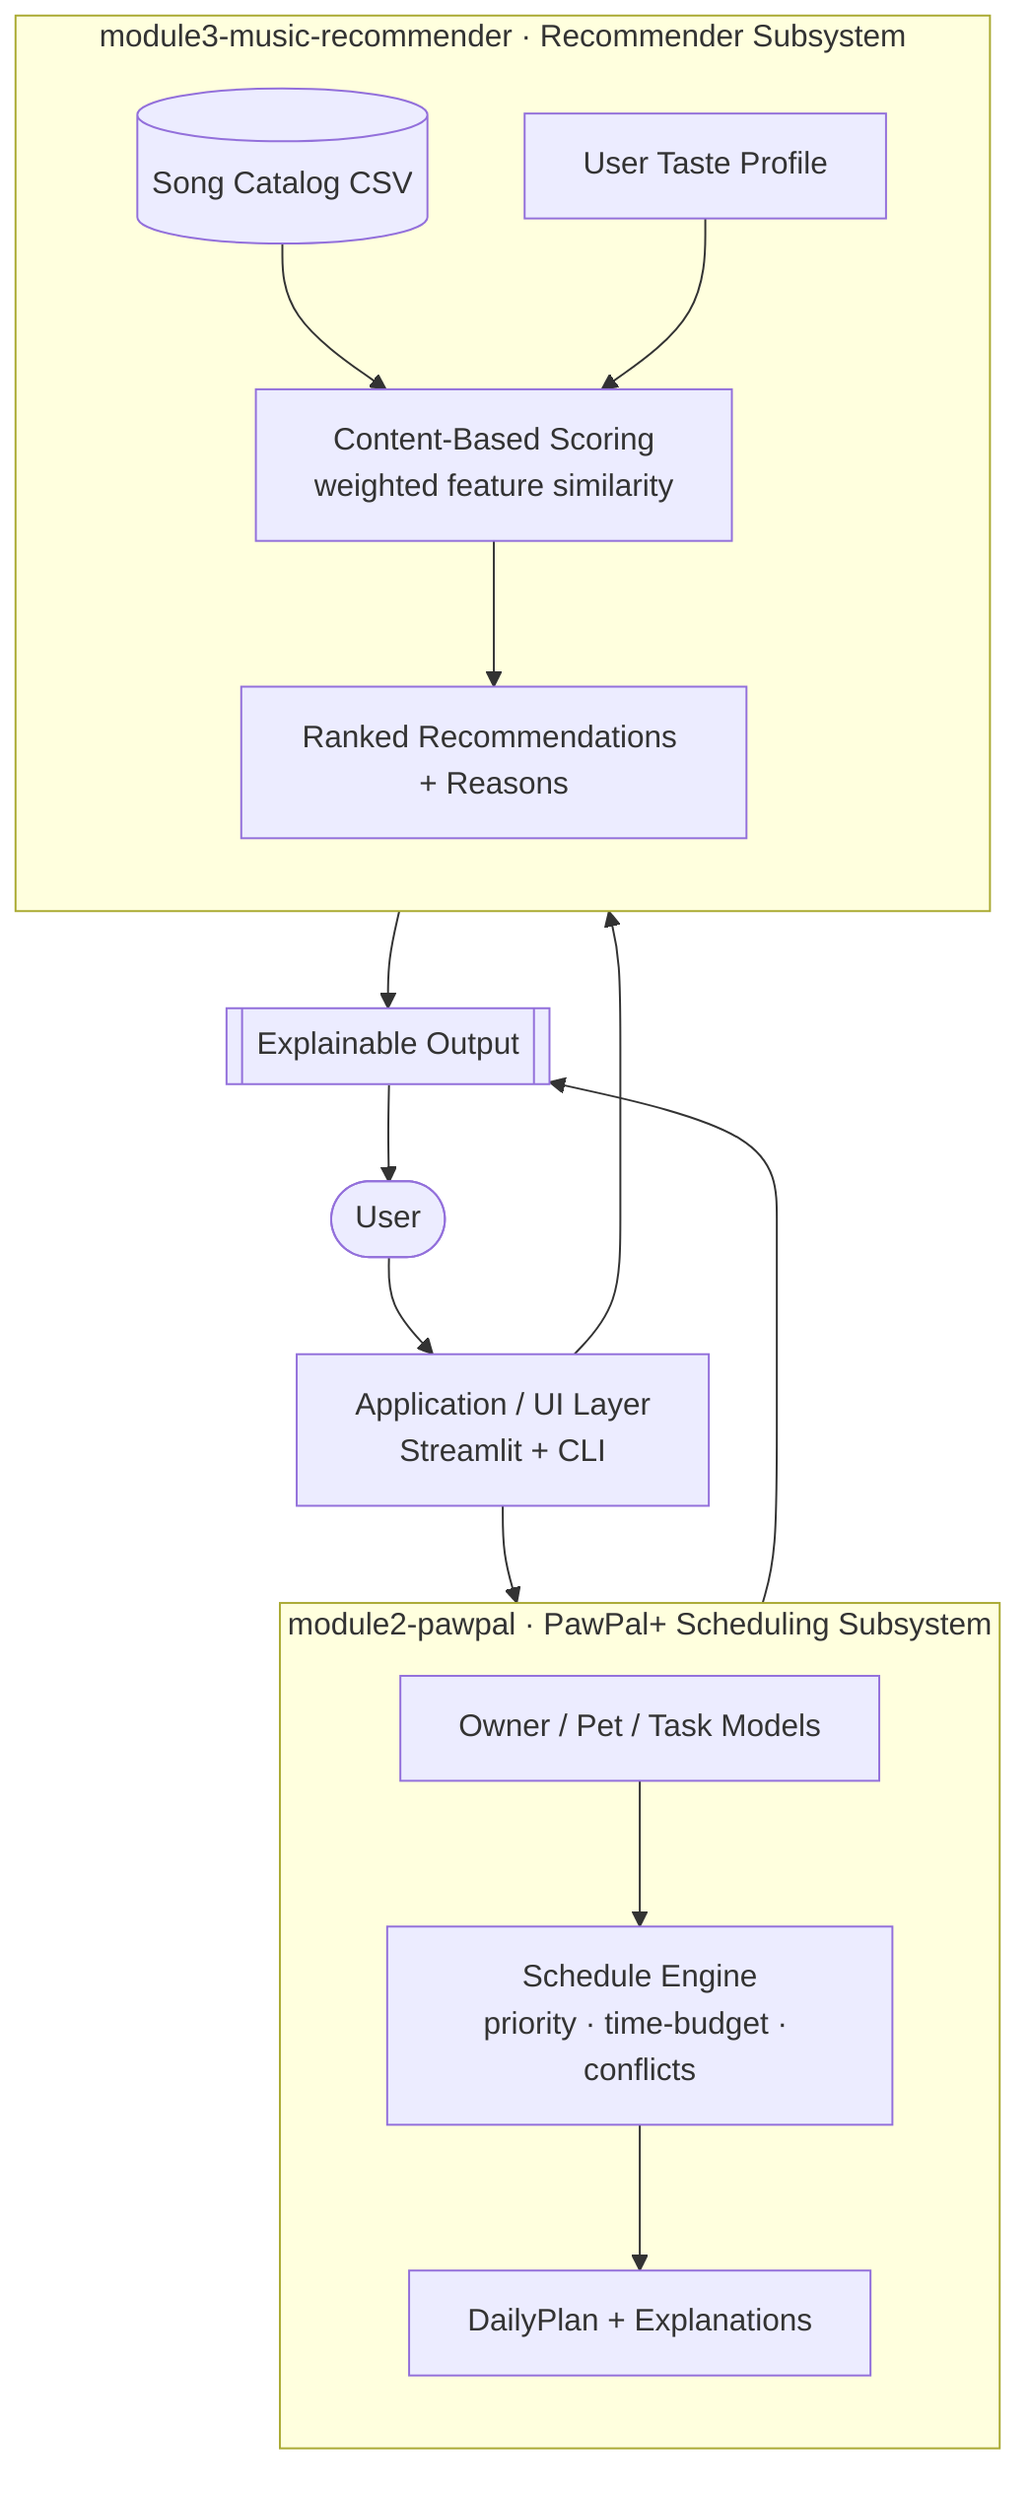
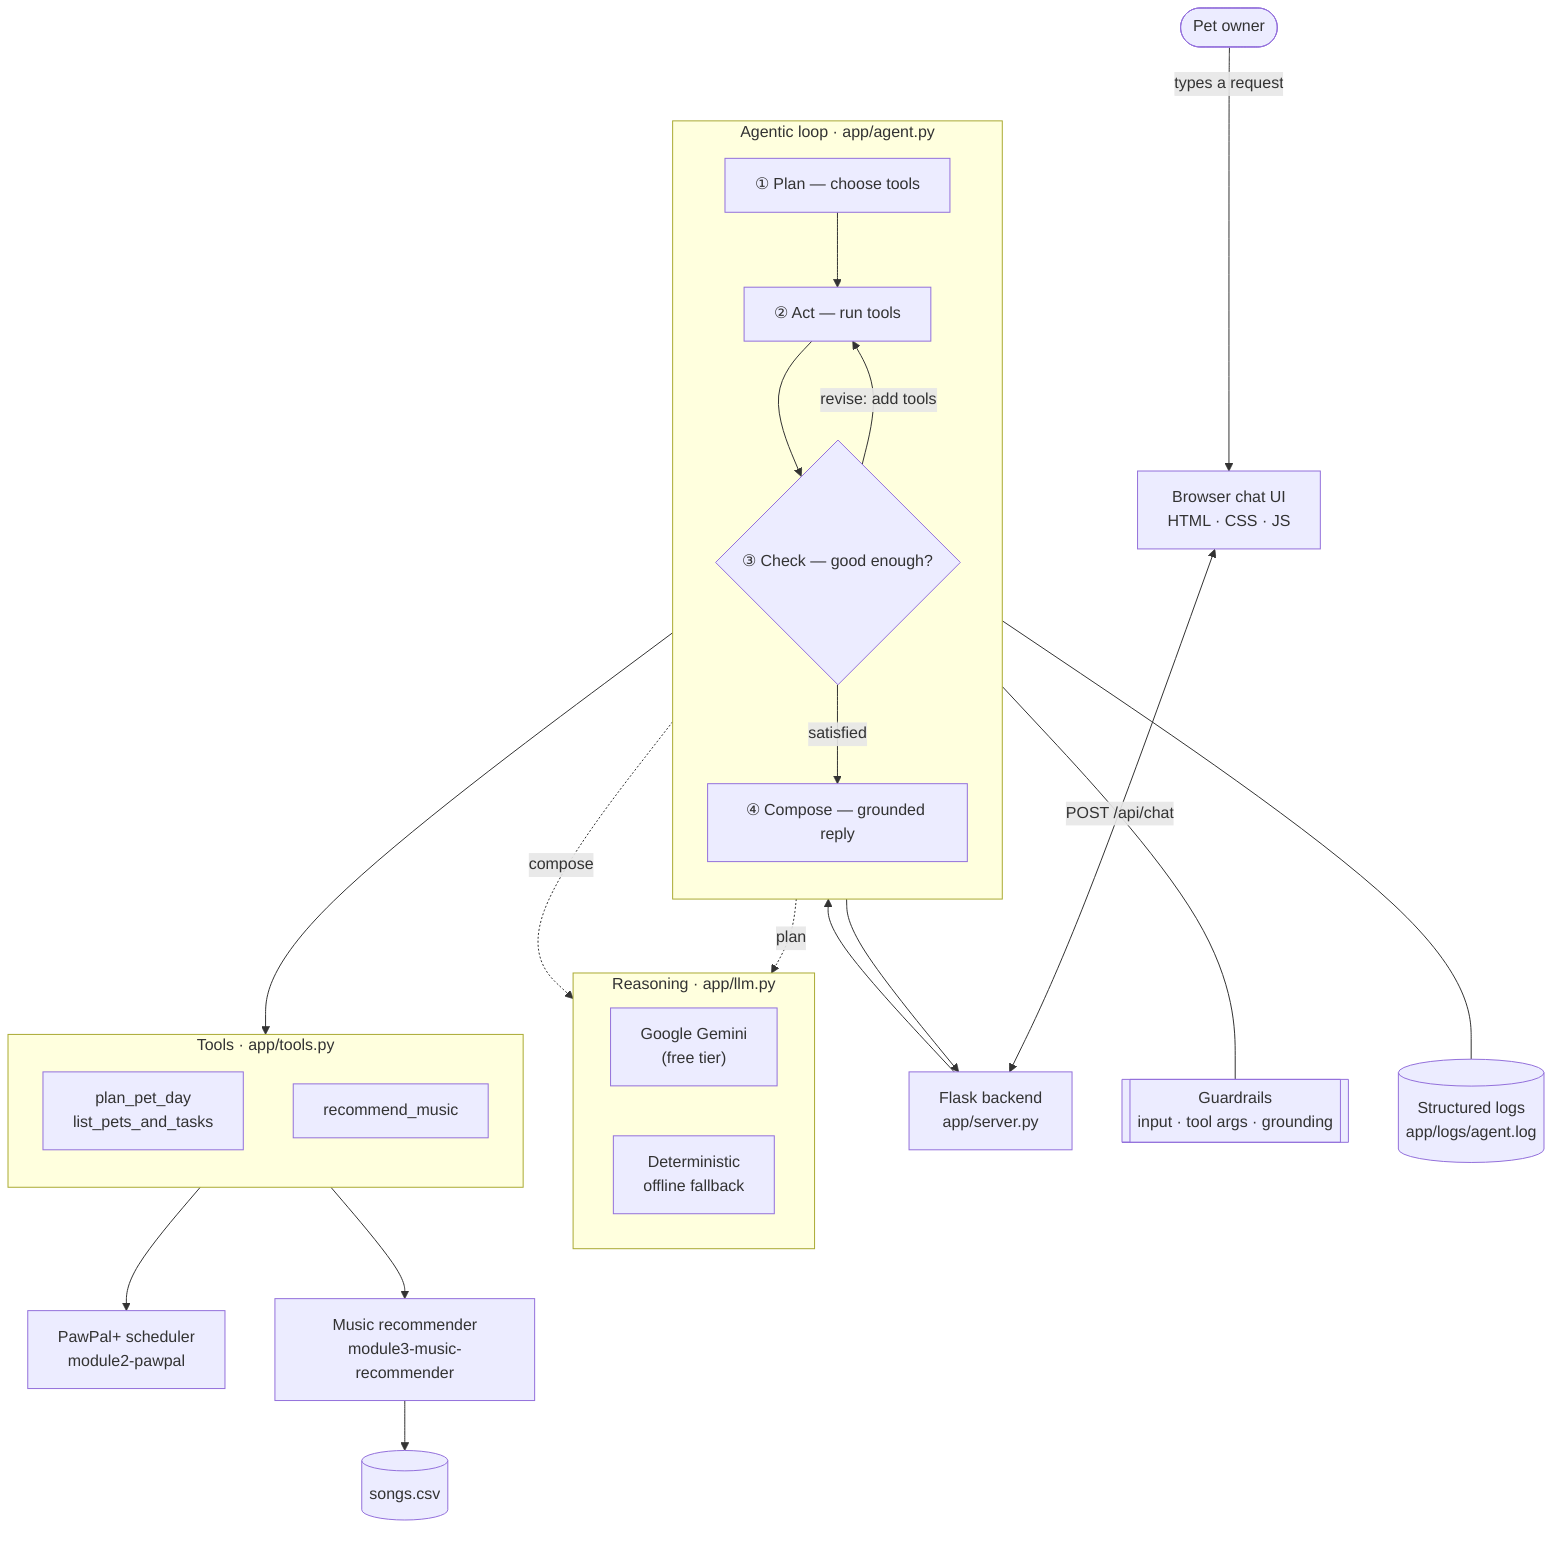
- %% Applied AI System — Architecture
- %% Source of truth (Mermaid). Export PNGs to ../assets/ for the README.
- %% NOTE: initial draft — refine as the combined system evolves.
+ %% Applied AI System — PawPal+ Companion
+ %% Source of truth (Mermaid). Export a PNG to ../assets/ for the README if desired.
+ %% Advanced AI feature: an Agentic Workflow (plan → act → check → compose)
+ %% that routes between two Module engines and checks its own work.

flowchart TD
-     User([User]) --> UI[Application / UI Layer<br/>Streamlit + CLI]
+     User([Pet owner]) -->|types a request| UI["Browser chat UI<br/>HTML · CSS · JS"]
+     UI <-->|POST /api/chat| API["Flask backend<br/>app/server.py"]

-     subgraph PawPal["module2-pawpal · PawPal+ Scheduling Subsystem"]
+     API --> Plan
+ 
+     subgraph Agent["Agentic loop · app/agent.py"]
        direction TB
-         P1[Owner / Pet / Task Models]
-         P2[Schedule Engine<br/>priority · time-budget · conflicts]
-         P3[DailyPlan + Explanations]
-         P1 --> P2 --> P3
+         Plan["① Plan — choose tools"]
+         Act["② Act — run tools"]
+         Check{"③ Check — good enough?"}
+         Compose["④ Compose — grounded reply"]
+         Plan --> Act --> Check
+         Check -- "revise: add tools" --> Act
+         Check -- "satisfied" --> Compose
    end

-     subgraph Music["module3-music-recommender · Recommender Subsystem"]
-         direction TB
-         M1[(Song Catalog CSV)]
-         M2[User Taste Profile]
-         M3[Content-Based Scoring<br/>weighted feature similarity]
-         M4[Ranked Recommendations + Reasons]
-         M1 --> M3
-         M2 --> M3 --> M4
+     Plan -. plan .-> Planner
+     Compose -. compose .-> Planner
+     subgraph Planner["Reasoning · app/llm.py"]
+         Gemini["Google Gemini<br/>(free tier)"]
+         Offline["Deterministic<br/>offline fallback"]
    end

-     UI --> PawPal
-     UI --> Music
-     P3 --> Out[[Explainable Output]]
-     M4 --> Out
-     Out --> User
+     Act --> ToolsBox
+     subgraph ToolsBox["Tools · app/tools.py"]
+         direction TB
+         PlanTool["plan_pet_day<br/>list_pets_and_tasks"]
+         MusicTool["recommend_music"]
+     end
+     PlanTool --> PawPal["PawPal+ scheduler<br/>module2-pawpal"]
+     MusicTool --> Rec["Music recommender<br/>module3-music-recommender"]
+     Rec --> CSV[("songs.csv")]
+ 
+     Guard[["Guardrails<br/>input · tool args · grounding"]]
+     Logs[("Structured logs<br/>app/logs/agent.log")]
+     Agent --- Guard
+     Agent --- Logs
+ 
+     Compose --> API
